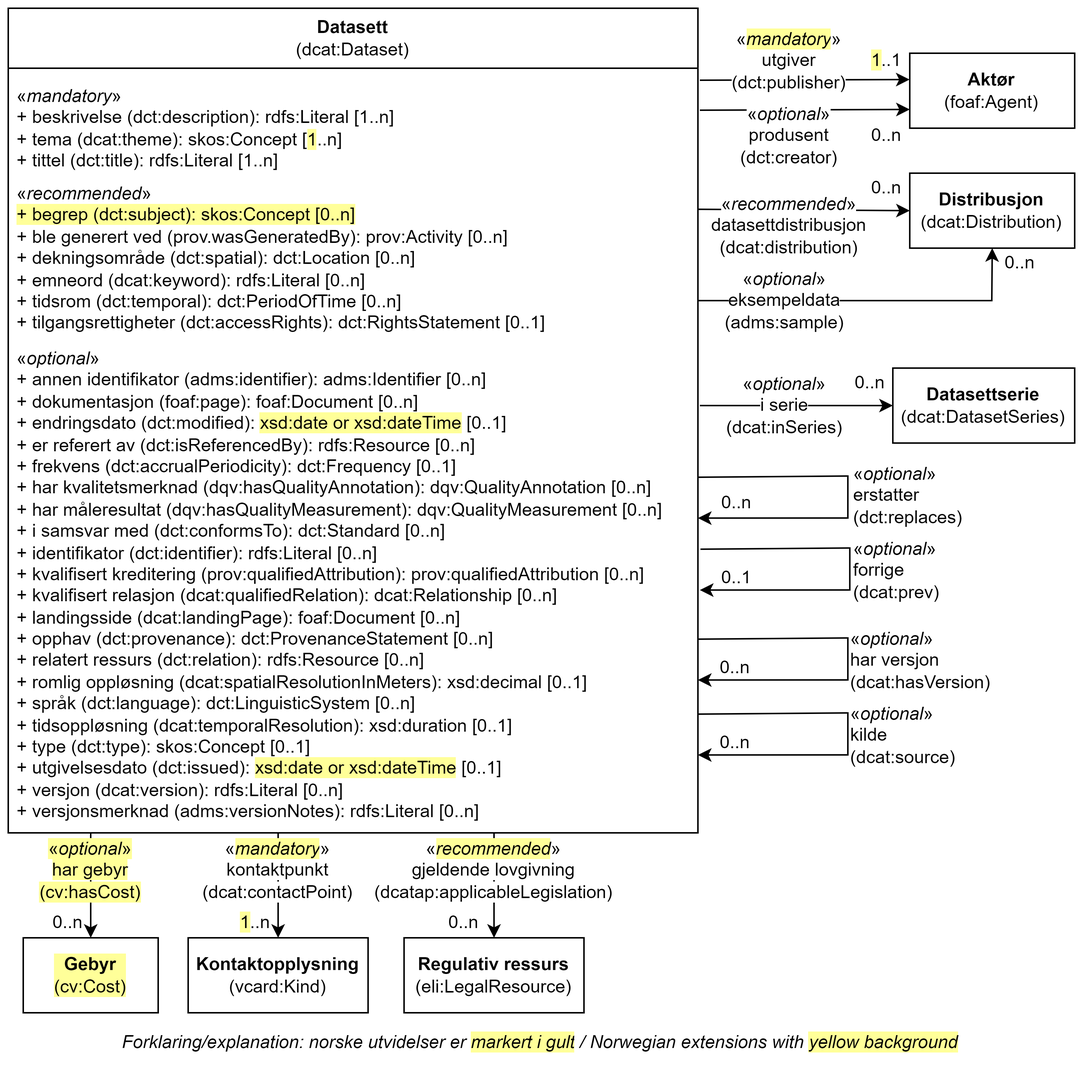
Above: docs/images/Klassen-Datasett.png in Informasjonsforvaltning/dcat-ap-no (draw.io), before the change. Source tidied: cells renumbered, new cells last; positions are measured from the earlier drawing's top-left corner, leaving out a move shared by most shapes.
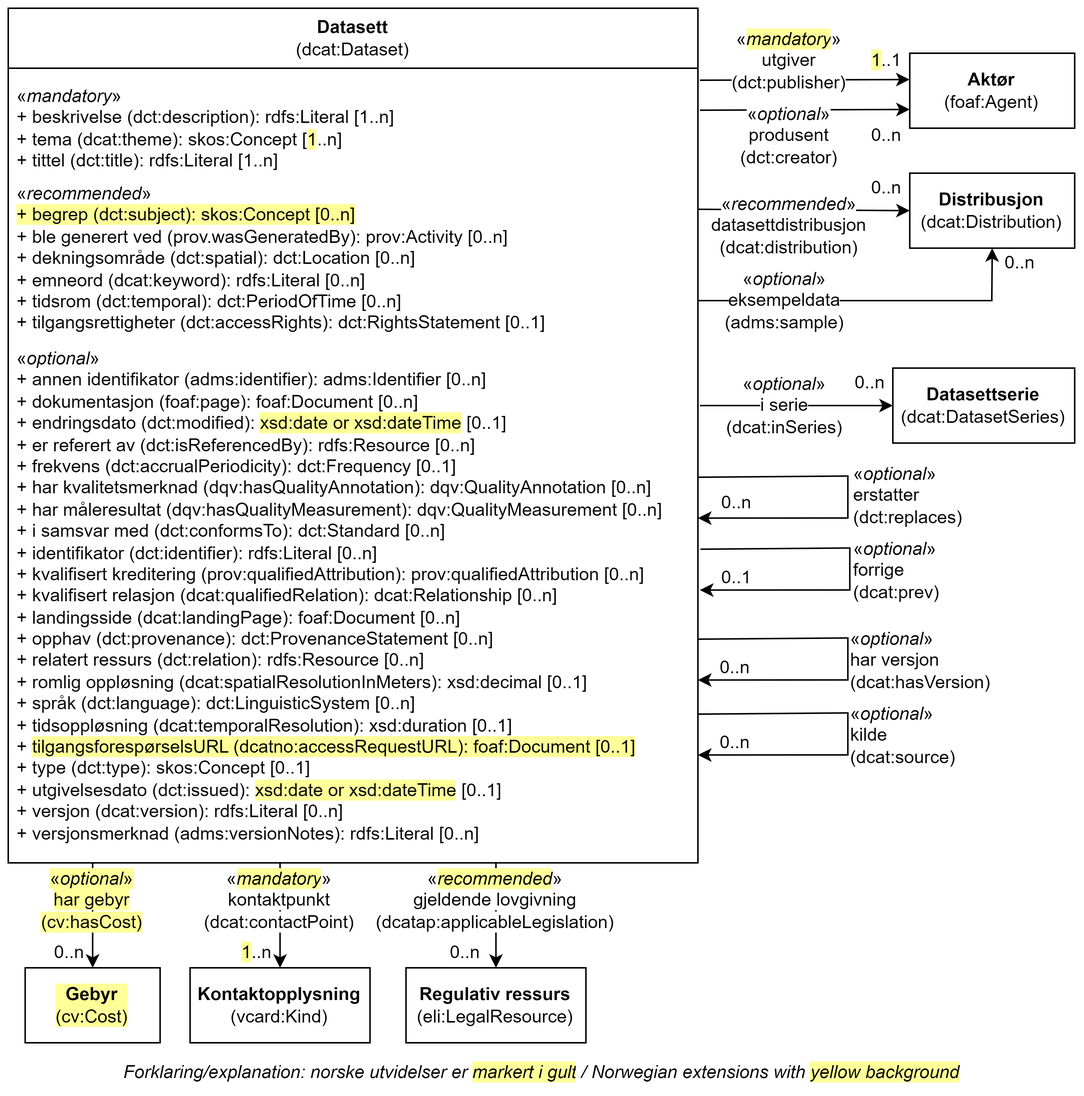
Later version of the same file.

Change to the diagram source:
```diff
@@ -3,7 +3,7 @@
     <mxCell id="0" />
     <mxCell id="1" parent="0" />
     <mxCell id="2" value="Datasett&lt;br&gt;&lt;span style=&quot;font-weight: normal;&quot;&gt;(dcat:Dataset)&lt;/span&gt;" style="swimlane;whiteSpace=wrap;html=1;startSize=40;" parent="1" vertex="1">
-      <mxGeometry width="460" height="550" as="geometry" />
+      <mxGeometry width="460" height="570" as="geometry" />
     </mxCell>
     <mxCell id="3" value="«&lt;i&gt;mandatory&lt;/i&gt;»&lt;br&gt;+ beskrivelse (dct:description): rdfs:Literal [1..n]&lt;br&gt;+ tema (dcat:theme): skos:Concept [&lt;span style=&quot;background-color: rgb(255, 255, 153);&quot;&gt;1&lt;/span&gt;..n]&lt;br&gt;+ tittel (dct:title): rdfs:Literal [1..n]" style="text;strokeColor=none;fillColor=none;align=left;verticalAlign=top;spacingLeft=4;spacingRight=4;overflow=hidden;whiteSpace=wrap;html=1;" parent="2" vertex="1">
       <mxGeometry y="45" width="300" height="65" as="geometry" />
@@ -11,8 +11,8 @@
     <mxCell id="4" value="«&lt;i&gt;recommended&lt;/i&gt;»&lt;br&gt;&lt;span style=&quot;background-color: rgb(255, 255, 153);&quot;&gt;+ begrep (dct:subject): skos:Concept [0..n]&lt;/span&gt;&lt;br&gt;+ ble generert ved (prov.wasGeneratedBy): prov:Activity [0..n]&lt;br&gt;+ dekningsområde (dct:spatial): dct:Location [0..n]&lt;br&gt;+ emneord (dcat:keyword): rdfs:Literal [0..n]&lt;br&gt;+ tidsrom (dct:temporal): dct:PeriodOfTime [0..n]&lt;br&gt;+&amp;nbsp;tilgangsrettigheter (dct:accessRights):&amp;nbsp;dct:RightsStatement [0..1]" style="text;strokeColor=none;fillColor=none;align=left;verticalAlign=top;spacingLeft=4;spacingRight=4;overflow=hidden;whiteSpace=wrap;html=1;" parent="2" vertex="1">
       <mxGeometry y="110" width="430" height="110" as="geometry" />
     </mxCell>
-    <mxCell id="5" value="«&lt;i&gt;optional&lt;/i&gt;»&lt;br&gt;+ annen identifikator (adms:identifier): adms:Identifier [0..n]&lt;br&gt;+ dokumentasjon (foaf:page): foaf:Document [0..n]&lt;br&gt;+ endringsdato (dct:modified): &lt;span style=&quot;background-color: rgb(255, 255, 153);&quot;&gt;xsd:date or xsd:dateTime&lt;/span&gt; [0..1]&lt;br&gt;+ er referert av (dct:isReferencedBy): rdfs:Resource [0..n]&lt;br&gt;+ frekvens (dct:accrualPeriodicity): dct:Frequency [0..1]&lt;div&gt;+&amp;nbsp;har kvalitetsmerknad (dqv:hasQualityAnnotation):&amp;nbsp;dqv:QualityAnnotation [0..n]&lt;/div&gt;&lt;div&gt;+ har måleresultat (dqv:hasQualityMeasurement): dqv:QualityMeasurement [0..n]&lt;/div&gt;&lt;div&gt;+&amp;nbsp;i samsvar med (dct:conformsTo): dct:Standard [0..n]&lt;br&gt;+ identifikator (dct:identifier): rdfs:Literal [0..n]&lt;br&gt;+ kvalifisert kreditering (prov:qualifiedAttribution): prov:qualifiedAttribution [0..n]&lt;br&gt;+ kvalifisert relasjon (dcat:qualifiedRelation): dcat:Relationship [0..n]&lt;br&gt;+ landingsside (dcat:landingPage): foaf:Document [0..n]&lt;br&gt;+ opphav (dct:provenance): dct:ProvenanceStatement [0..n]&lt;br&gt;+ relatert ressurs (dct:relation): rdfs:Resource [0..n]&lt;br&gt;+ romlig oppløsning (dcat:spatialResolutionInMeters): xsd:decimal [0..1]&lt;br&gt;+ språk (dct:language): dct:LinguisticSystem [0..n]&lt;br&gt;+ tidsoppløsning (dcat:temporalResolution): xsd:duration [0..1]&lt;br&gt;+ type (dct:type): skos:Concept [0..1]&lt;br&gt;+ utgivelsesdato (dct:issued): &lt;span style=&quot;background-color: rgb(255, 255, 153);&quot;&gt;xsd:date or xsd:dateTime&lt;/span&gt; [0..1]&lt;br&gt;+ versjon (dcat:version): rdfs:Literal [0..n]&lt;br&gt;+ versjonsmerknad (adms:versionNotes): rdfs:Literal [0..n]&lt;/div&gt;" style="text;strokeColor=none;fillColor=none;align=left;verticalAlign=top;spacingLeft=4;spacingRight=4;overflow=hidden;whiteSpace=wrap;html=1;" parent="2" vertex="1">
-      <mxGeometry y="220" width="450" height="320" as="geometry" />
+    <mxCell id="5" value="«&lt;i&gt;optional&lt;/i&gt;»&lt;br&gt;+ annen identifikator (adms:identifier): adms:Identifier [0..n]&lt;br&gt;+ dokumentasjon (foaf:page): foaf:Document [0..n]&lt;br&gt;+ endringsdato (dct:modified): &lt;span style=&quot;background-color: rgb(255, 255, 153);&quot;&gt;xsd:date or xsd:dateTime&lt;/span&gt; [0..1]&lt;br&gt;+ er referert av (dct:isReferencedBy): rdfs:Resource [0..n]&lt;br&gt;+ frekvens (dct:accrualPeriodicity): dct:Frequency [0..1]&lt;div&gt;+&amp;nbsp;har kvalitetsmerknad (dqv:hasQualityAnnotation):&amp;nbsp;dqv:QualityAnnotation [0..n]&lt;/div&gt;&lt;div&gt;+ har måleresultat (dqv:hasQualityMeasurement): dqv:QualityMeasurement [0..n]&lt;/div&gt;&lt;div&gt;+&amp;nbsp;i samsvar med (dct:conformsTo): dct:Standard [0..n]&lt;br&gt;+ identifikator (dct:identifier): rdfs:Literal [0..n]&lt;br&gt;+ kvalifisert kreditering (prov:qualifiedAttribution): prov:qualifiedAttribution [0..n]&lt;br&gt;+ kvalifisert relasjon (dcat:qualifiedRelation): dcat:Relationship [0..n]&lt;br&gt;+ landingsside (dcat:landingPage): foaf:Document [0..n]&lt;br&gt;+ opphav (dct:provenance): dct:ProvenanceStatement [0..n]&lt;br&gt;+ relatert ressurs (dct:relation): rdfs:Resource [0..n]&lt;br&gt;+ romlig oppløsning (dcat:spatialResolutionInMeters): xsd:decimal [0..1]&lt;br&gt;+ språk (dct:language): dct:LinguisticSystem [0..n]&lt;br&gt;+ tidsoppløsning (dcat:temporalResolution): xsd:duration [0..1]&lt;br&gt;+&amp;nbsp;&lt;span style=&quot;background-color: rgb(255, 255, 153);&quot;&gt;tilgangsforespørselsURL (dcatno:accessRequestURL): foaf:Document [0..1]&lt;/span&gt;&lt;br&gt;+ type (dct:type): skos:Concept [0..1]&lt;/div&gt;&lt;div&gt;+ utgivelsesdato (dct:issued): &lt;span style=&quot;background-color: rgb(255, 255, 153);&quot;&gt;xsd:date or xsd:dateTime&lt;/span&gt; [0..1]&lt;br&gt;+ versjon (dcat:version): rdfs:Literal [0..n]&lt;br&gt;+ versjonsmerknad (adms:versionNotes): rdfs:Literal [0..n]&lt;/div&gt;" style="text;strokeColor=none;fillColor=none;align=left;verticalAlign=top;spacingLeft=4;spacingRight=4;overflow=hidden;whiteSpace=wrap;html=1;" parent="2" vertex="1">
+      <mxGeometry y="220" width="450" height="340" as="geometry" />
     </mxCell>
     <mxCell id="6" value="&lt;b&gt;Aktør&lt;/b&gt;&lt;br&gt;(foaf:Agent)" style="html=1;whiteSpace=wrap;" parent="1" vertex="1">
       <mxGeometry x="601.3" y="30" width="110" height="50" as="geometry" />
@@ -122,18 +122,18 @@
       <mxGeometry x="471.3" y="370" width="30" height="20" as="geometry" />
     </mxCell>
     <mxCell id="32" value="&lt;b&gt;Gebyr&lt;/b&gt;&lt;br&gt;(cv:Cost)" style="html=1;whiteSpace=wrap;labelBackgroundColor=#FFFF99;" parent="1" vertex="1">
-      <mxGeometry x="10" y="620" width="90" height="50" as="geometry" />
+      <mxGeometry x="11.3" y="640" width="90" height="50" as="geometry" />
     </mxCell>
     <mxCell id="33" style="endArrow=classic;html=1;rounded=0;entryX=0.5;entryY=0;entryDx=0;entryDy=0;" parent="1" edge="1" target="32">
       <mxGeometry relative="1" as="geometry">
-        <mxPoint x="55" y="550" as="sourcePoint" />
+        <mxPoint x="56.3" y="570" as="sourcePoint" />
       </mxGeometry>
     </mxCell>
     <mxCell id="34" value="&lt;span style=&quot;background-color: rgb(255, 255, 153);&quot;&gt;«&lt;i style=&quot;border-color: var(--border-color);&quot;&gt;optional&lt;/i&gt;»&lt;br&gt;har gebyr&lt;br&gt;(cv:hasCost)&lt;/span&gt;" style="text;html=1;strokeColor=none;fillColor=none;align=center;verticalAlign=middle;whiteSpace=wrap;rounded=0;" parent="1" vertex="1">
-      <mxGeometry x="25" y="560" width="60" height="30" as="geometry" />
+      <mxGeometry x="26.3" y="580" width="60" height="30" as="geometry" />
     </mxCell>
     <mxCell id="35" value="0..n" style="text;html=1;strokeColor=none;fillColor=none;align=center;verticalAlign=middle;whiteSpace=wrap;rounded=0;" parent="1" vertex="1">
-      <mxGeometry x="25" y="600" width="30" height="20" as="geometry" />
+      <mxGeometry x="26.3" y="620" width="30" height="20" as="geometry" />
     </mxCell>
     <mxCell id="36" style="endArrow=classic;html=1;rounded=0;entryX=0.5;entryY=1;entryDx=0;entryDy=0;" parent="1" edge="1" target="7">
       <mxGeometry relative="1" as="geometry">
@@ -160,35 +160,35 @@
       </mxGeometry>
     </mxCell>
     <mxCell id="40" value="&lt;b&gt;Kontaktopplysning&lt;/b&gt;&lt;br&gt;(vcard:Kind)" style="html=1;whiteSpace=wrap;" parent="1" vertex="1">
-      <mxGeometry x="120" y="620" width="120" height="50" as="geometry" />
+      <mxGeometry x="121.3" y="640" width="120" height="50" as="geometry" />
     </mxCell>
     <mxCell id="41" style="endArrow=classic;html=1;rounded=0;" parent="1" edge="1" target="40">
       <mxGeometry relative="1" as="geometry">
-        <mxPoint x="180" y="550" as="sourcePoint" />
+        <mxPoint x="181.3" y="570" as="sourcePoint" />
       </mxGeometry>
     </mxCell>
     <mxCell id="42" value="&lt;span style=&quot;background-color: rgb(255, 255, 255);&quot;&gt;«&lt;/span&gt;&lt;i style=&quot;border-color: var(--border-color); text-align: left; background-color: rgb(255, 255, 153);&quot;&gt;mandatory&lt;/i&gt;&lt;span style=&quot;background-color: rgb(255, 255, 255); text-align: left;&quot;&gt;»&lt;br&gt;&lt;/span&gt;&lt;span style=&quot;background-color: rgb(255, 255, 255);&quot;&gt;kontaktpunkt&lt;/span&gt;&lt;br&gt;&lt;span style=&quot;background-color: rgb(255, 255, 255);&quot;&gt;(dcat:contactPoint)&lt;/span&gt;" style="text;html=1;strokeColor=none;fillColor=none;align=center;verticalAlign=middle;whiteSpace=wrap;rounded=0;" parent="1" vertex="1">
-      <mxGeometry x="150" y="560" width="60" height="30" as="geometry" />
+      <mxGeometry x="151.3" y="580" width="60" height="30" as="geometry" />
     </mxCell>
     <mxCell id="43" value="&lt;span style=&quot;background-color: rgb(255, 255, 153);&quot;&gt;1&lt;/span&gt;..n" style="text;html=1;strokeColor=none;fillColor=none;align=center;verticalAlign=middle;whiteSpace=wrap;rounded=0;" parent="1" vertex="1">
-      <mxGeometry x="150" y="600" width="30" height="20" as="geometry" />
+      <mxGeometry x="151.3" y="620" width="30" height="20" as="geometry" />
     </mxCell>
     <mxCell id="44" value="&lt;b&gt;Regulativ ressurs&lt;/b&gt;&lt;br&gt;(eli:LegalResource)" style="html=1;whiteSpace=wrap;" parent="1" vertex="1">
-      <mxGeometry x="264" y="620" width="120" height="50" as="geometry" />
+      <mxGeometry x="265.3" y="640" width="120" height="50" as="geometry" />
     </mxCell>
     <mxCell id="45" value="0..n" style="text;html=1;strokeColor=none;fillColor=none;align=center;verticalAlign=middle;whiteSpace=wrap;rounded=0;" parent="1" vertex="1">
-      <mxGeometry x="290" y="600" width="28" height="20" as="geometry" />
+      <mxGeometry x="291.3" y="620" width="28" height="20" as="geometry" />
     </mxCell>
     <mxCell id="46" style="endArrow=classic;html=1;rounded=0;" parent="1" edge="1" target="44">
       <mxGeometry relative="1" as="geometry">
-        <mxPoint x="324" y="550" as="sourcePoint" />
+        <mxPoint x="325.3" y="570" as="sourcePoint" />
       </mxGeometry>
     </mxCell>
     <mxCell id="47" value="«&lt;i style=&quot;background-color: rgb(255, 255, 153);&quot;&gt;recommended&lt;/i&gt;»&lt;br&gt;&lt;span style=&quot;background-color: rgb(255, 255, 255);&quot;&gt;gjeldende lovgivning&lt;br&gt;(dcatap:applicableLegislation)&lt;/span&gt;" style="text;html=1;align=center;verticalAlign=middle;whiteSpace=wrap;rounded=0;" parent="1" vertex="1">
-      <mxGeometry x="294" y="560" width="60" height="30" as="geometry" />
+      <mxGeometry x="295.3" y="580" width="60" height="30" as="geometry" />
     </mxCell>
     <mxCell id="48" value="Forklaring/explanation: norske utvidelser er&amp;nbsp;&lt;span style=&quot;background-color: rgb(255, 255, 153);&quot;&gt;markert i gult&lt;/span&gt;&lt;span style=&quot;background-color: rgb(255 , 255 , 255)&quot;&gt;&amp;nbsp;/&amp;nbsp;Norwegian extensions with &lt;/span&gt;&lt;span style=&quot;background-color: rgb(255, 255, 153);&quot;&gt;yellow background&lt;/span&gt;" style="text;html=1;strokeColor=none;fillColor=none;align=center;verticalAlign=middle;whiteSpace=wrap;rounded=0;fontStyle=2;" parent="1" vertex="1">
-      <mxGeometry y="680" width="710" height="20" as="geometry" />
+      <mxGeometry x="1.3" y="700" width="710" height="20" as="geometry" />
     </mxCell>
   </root>
 </mxGraphModel>
```
